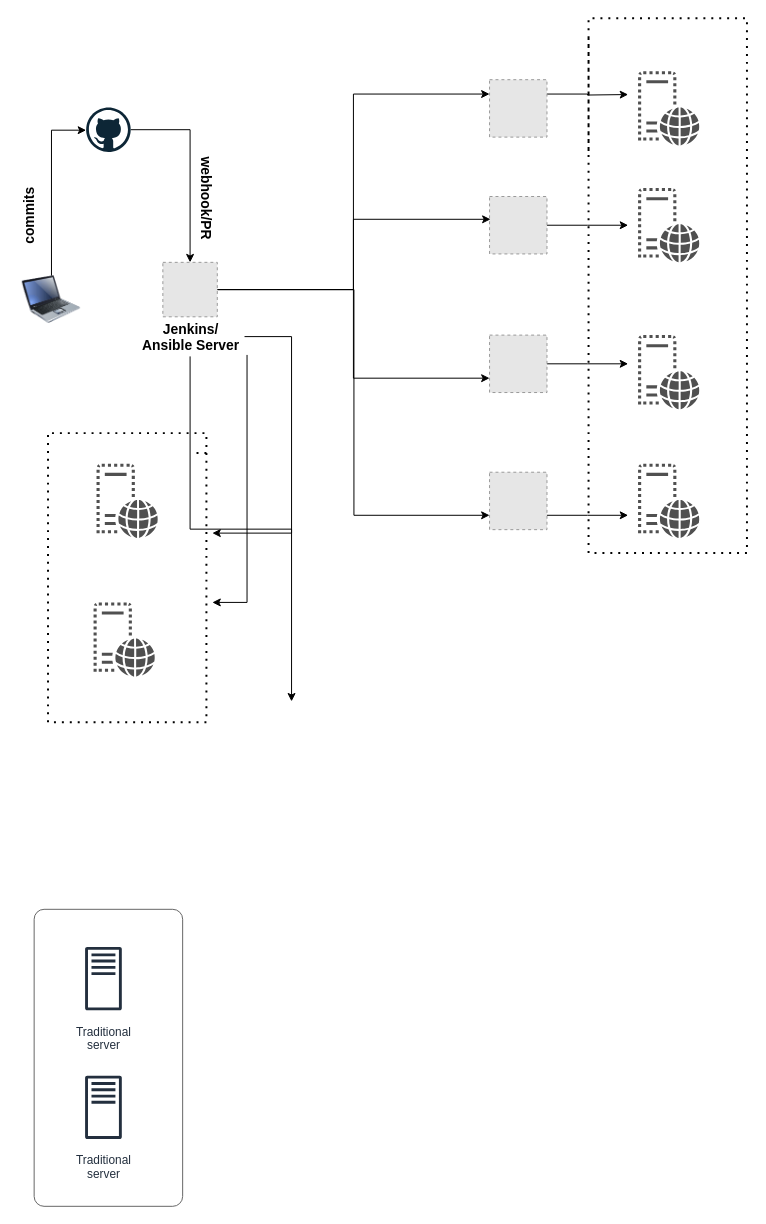
Eebru-gzy/Draw.io-repo keeps this draw.io diagram as Untitled Diagram.drawio. Above is the earlier version. Source tidied: cells renumbered, new cells numbered last; positions are measured from the earlier drawing's top-left corner, leaving out a move shared by most shapes. Both pictures are drawn from the tidied source at 99%, with x=0, y=0 at pixel (-6, 18). Pictures stored in the file or linked from it are replaced by grey dashed boxes.
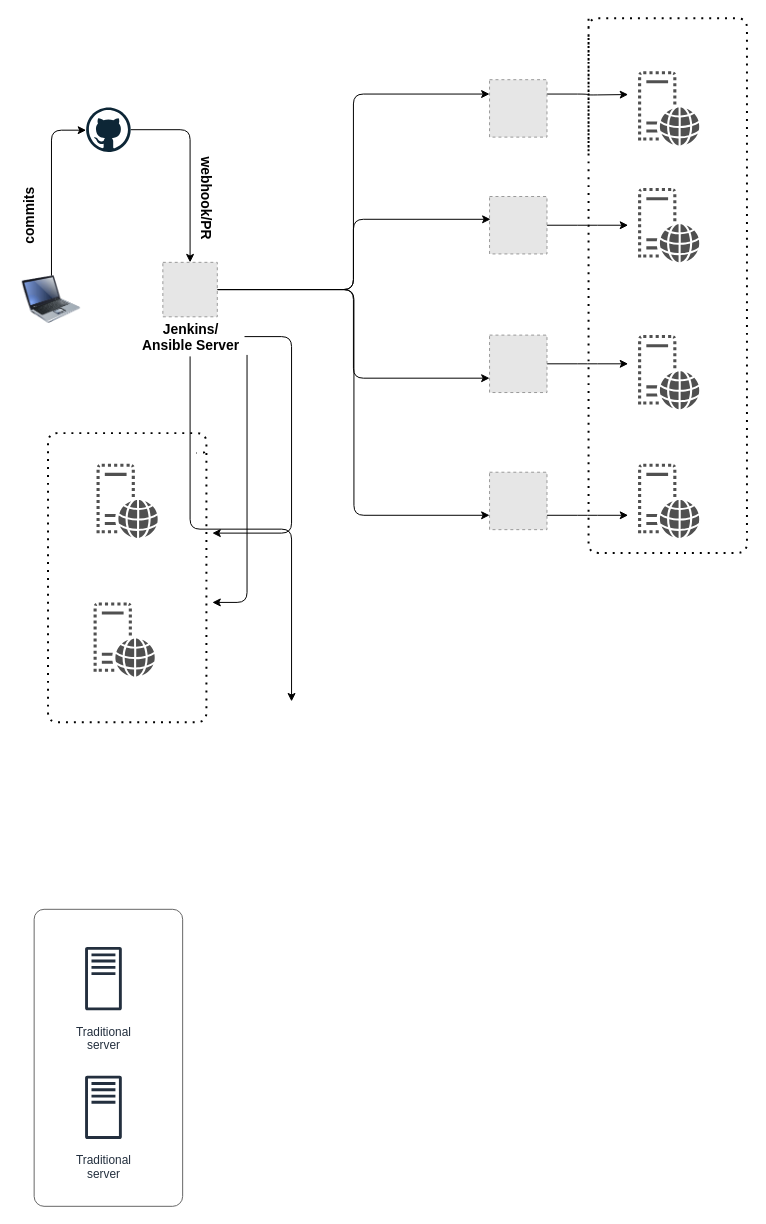
After the change.

The change refers to these unchanged cells:
```xml
<mxCell id="8" style="fillColor=#E6E6E6;strokeColor=#999999;dashed=1;html=1;verticalAlign=top;verticalLabelPosition=bottom;labelBackgroundColor=#ffffff;" parent="1" vertex="1">
  <mxGeometry x="500" y="62" width="58" height="58" as="geometry" />
</mxCell>
<mxCell id="10" style="fillColor=#E6E6E6;strokeColor=#999999;dashed=1;html=1;verticalAlign=top;verticalLabelPosition=bottom;labelBackgroundColor=#ffffff;" parent="1" vertex="1">
  <mxGeometry x="500" y="320" width="58" height="58" as="geometry" />
</mxCell>
<mxCell id="12" style="fillColor=#E6E6E6;strokeColor=#999999;dashed=1;html=1;verticalAlign=top;verticalLabelPosition=bottom;labelBackgroundColor=#ffffff;" parent="1" vertex="1">
  <mxGeometry x="500" y="180" width="58" height="58" as="geometry" />
</mxCell>
<mxCell id="14" style="fillColor=#E6E6E6;strokeColor=#999999;dashed=1;html=1;verticalAlign=top;verticalLabelPosition=bottom;labelBackgroundColor=#ffffff;" parent="1" vertex="1">
  <mxGeometry x="500" y="458.5" width="58" height="58" as="geometry" />
</mxCell>
<mxCell id="22" style="fillColor=#E6E6E6;strokeColor=#999999;dashed=1;html=1;verticalAlign=top;verticalLabelPosition=bottom;labelBackgroundColor=#ffffff;" parent="1" vertex="1">
  <mxGeometry x="170" y="246.5" width="55" height="55" as="geometry" />
</mxCell>
<mxCell id="24" style="image;html=1;image=img/lib/clip_art/computers/Laptop_128x128.png;" parent="1" vertex="1">
  <mxGeometry x="22.5" y="260" width="70" height="48" as="geometry" />
</mxCell>
<mxCell id="26" style="dashed=0;outlineConnect=0;html=1;align=center;labelPosition=center;verticalLabelPosition=bottom;verticalAlign=top;shape=mxgraph.weblogos.github;" parent="1" vertex="1">
  <mxGeometry x="92.5" y="90" width="45" height="45" as="geometry" />
</mxCell>
<mxCell id="32" value="&lt;b&gt;&lt;font style=&quot;font-size: 14px&quot;&gt;Jenkins/&lt;br&gt;Ansible Server&lt;br&gt;&lt;/font&gt;&lt;/b&gt;" style="text;html=1;align=center;verticalAlign=middle;points=[];strokeColor=none;rotation=0;" parent="1" vertex="1">
  <mxGeometry x="142.5" y="301.5" width="110" height="40" as="geometry" />
</mxCell>
```

Change to the diagram source:
```diff
@@
-    <mxCell id="3" style="endArrow=none;dashed=1;html=1;dashPattern=1 3;strokeWidth=2;rounded=0;edgeStyle=orthogonalEdgeStyle;" parent="1" edge="1">
+    <mxCell id="3" style="endArrow=none;dashed=1;html=1;dashPattern=1 3;strokeWidth=2;edgeStyle=orthogonalEdgeStyle;" parent="1" edge="1">
       <mxGeometry relative="1" as="geometry">
         <mxPoint x="600" y="20" as="sourcePoint" />
         <mxPoint x="600" as="targetPoint" />
         <Array as="points">
           <mxPoint x="600" y="140" />
           <mxPoint x="600" y="140" />
           <mxPoint x="600" />
           <mxPoint x="760" />
           <mxPoint x="760" y="540" />
           <mxPoint x="600" y="540" />
         </Array>
       </mxGeometry>
     </mxCell>
-    <mxCell id="4" style="shape=mxgraph.mockup.containers.marginRect;rectMarginTop=10;strokeColor=#666666;strokeWidth=1;dashed=0;rounded=1;arcSize=5;" parent="1" vertex="1">
+    <mxCell id="4" style="shape=mxgraph.mockup.containers.marginRect;rectMarginTop=10;strokeColor=#666666;strokeWidth=1;dashed=0;arcSize=5;" parent="1" vertex="1">
       <mxGeometry x="40" y="890" width="150" height="310" as="geometry" />
     </mxCell>
@@
-    <mxCell id="7" style="edgeStyle=orthogonalEdgeStyle;rounded=0;jettySize=auto;html=1;exitX=1;exitY=0.25;exitDx=0;exitDy=0;" parent="1" edge="1" source="8">
+    <mxCell id="7" style="edgeStyle=orthogonalEdgeStyle;jettySize=auto;html=1;exitX=1;exitY=0.25;exitDx=0;exitDy=0;" parent="1" edge="1" source="8">
       <mxGeometry relative="1" as="geometry">
         <mxPoint x="640" y="77" as="targetPoint" />
       </mxGeometry>
     </mxCell>
@@
-    <mxCell id="9" style="edgeStyle=orthogonalEdgeStyle;rounded=0;jettySize=auto;html=1;" parent="1" edge="1" source="10">
+    <mxCell id="9" style="edgeStyle=orthogonalEdgeStyle;jettySize=auto;html=1;" parent="1" edge="1" source="10">
       <mxGeometry relative="1" as="geometry">
         <mxPoint x="640" y="349" as="targetPoint" />
       </mxGeometry>
     </mxCell>
@@
-    <mxCell id="11" style="edgeStyle=orthogonalEdgeStyle;rounded=0;jettySize=auto;html=1;exitX=1;exitY=0.5;exitDx=0;exitDy=0;" parent="1" edge="1" source="12">
+    <mxCell id="11" style="edgeStyle=orthogonalEdgeStyle;jettySize=auto;html=1;exitX=1;exitY=0.5;exitDx=0;exitDy=0;" parent="1" edge="1" source="12">
       <mxGeometry relative="1" as="geometry">
         <mxPoint x="640" y="209" as="targetPoint" />
       </mxGeometry>
     </mxCell>
@@
-    <mxCell id="13" style="edgeStyle=orthogonalEdgeStyle;rounded=0;jettySize=auto;html=1;exitX=1;exitY=0.75;exitDx=0;exitDy=0;" parent="1" edge="1" source="14">
+    <mxCell id="13" style="edgeStyle=orthogonalEdgeStyle;jettySize=auto;html=1;exitX=1;exitY=0.75;exitDx=0;exitDy=0;" parent="1" edge="1" source="14">
       <mxGeometry relative="1" as="geometry">
         <mxPoint x="640" y="502" as="targetPoint" />
       </mxGeometry>
     </mxCell>
@@
-    <mxCell id="18" style="edgeStyle=orthogonalEdgeStyle;rounded=0;jettySize=auto;html=1;entryX=0;entryY=0.75;entryDx=0;entryDy=0;" parent="1" edge="1" source="22" target="10">
+    <mxCell id="18" style="edgeStyle=orthogonalEdgeStyle;jettySize=auto;html=1;entryX=0;entryY=0.75;entryDx=0;entryDy=0;" parent="1" edge="1" source="22" target="10">
       <mxGeometry relative="1" as="geometry" />
     </mxCell>
-    <mxCell id="19" style="edgeStyle=orthogonalEdgeStyle;rounded=0;jettySize=auto;html=1;entryX=0;entryY=0.25;entryDx=0;entryDy=0;" parent="1" edge="1" source="22" target="8">
+    <mxCell id="19" style="edgeStyle=orthogonalEdgeStyle;jettySize=auto;html=1;entryX=0;entryY=0.25;entryDx=0;entryDy=0;" parent="1" edge="1" source="22" target="8">
       <mxGeometry relative="1" as="geometry" />
     </mxCell>
-    <mxCell id="20" style="edgeStyle=orthogonalEdgeStyle;rounded=0;jettySize=auto;html=1;exitX=1;exitY=0.5;exitDx=0;exitDy=0;entryX=0;entryY=0.75;entryDx=0;entryDy=0;" parent="1" edge="1" source="22" target="14">
+    <mxCell id="20" style="edgeStyle=orthogonalEdgeStyle;jettySize=auto;html=1;exitX=1;exitY=0.5;exitDx=0;exitDy=0;entryX=0;entryY=0.75;entryDx=0;entryDy=0;" parent="1" edge="1" source="22" target="14">
       <mxGeometry relative="1" as="geometry">
         <Array as="points">
           <mxPoint x="363" y="274" />
           <mxPoint x="363" y="502" />
         </Array>
       </mxGeometry>
     </mxCell>
-    <mxCell id="21" style="edgeStyle=orthogonalEdgeStyle;rounded=0;jettySize=auto;html=1;entryX=0.017;entryY=0.397;entryDx=0;entryDy=0;entryPerimeter=0;" parent="1" edge="1" source="22" target="12">
+    <mxCell id="21" style="edgeStyle=orthogonalEdgeStyle;jettySize=auto;html=1;entryX=0.017;entryY=0.397;entryDx=0;entryDy=0;entryPerimeter=0;" parent="1" edge="1" source="22" target="12">
       <mxGeometry relative="1" as="geometry" />
     </mxCell>
@@
-    <mxCell id="23" style="edgeStyle=orthogonalEdgeStyle;rounded=0;jettySize=auto;html=1;" parent="1" edge="1" source="24" target="26">
+    <mxCell id="23" style="edgeStyle=orthogonalEdgeStyle;jettySize=auto;html=1;" parent="1" edge="1" source="24" target="26">
       <mxGeometry relative="1" as="geometry">
         <Array as="points">
           <mxPoint x="58" y="113" />
         </Array>
       </mxGeometry>
     </mxCell>
@@
-    <mxCell id="25" style="edgeStyle=orthogonalEdgeStyle;rounded=0;jettySize=auto;html=1;entryX=0.5;entryY=0;entryDx=0;entryDy=0;" parent="1" edge="1" source="26" target="22">
+    <mxCell id="25" style="edgeStyle=orthogonalEdgeStyle;jettySize=auto;html=1;entryX=0.5;entryY=0;entryDx=0;entryDy=0;" parent="1" edge="1" source="26" target="22">
       <mxGeometry relative="1" as="geometry" />
     </mxCell>
@@
-    <mxCell id="29" style="edgeStyle=orthogonalEdgeStyle;rounded=0;jettySize=auto;html=1;" parent="1" edge="1" source="32">
+    <mxCell id="29" style="edgeStyle=orthogonalEdgeStyle;jettySize=auto;html=1;" parent="1" edge="1" source="32">
       <mxGeometry relative="1" as="geometry">
         <mxPoint x="220" y="520" as="targetPoint" />
         <Array as="points">
           <mxPoint x="300" y="322" />
           <mxPoint x="300" y="520" />
         </Array>
       </mxGeometry>
     </mxCell>
-    <mxCell id="30" style="edgeStyle=elbowEdgeStyle;rounded=0;jettySize=auto;html=1;elbow=vertical;exitX=1.023;exitY=0.963;exitDx=0;exitDy=0;exitPerimeter=0;" parent="1" edge="1" source="32">
+    <mxCell id="30" style="edgeStyle=elbowEdgeStyle;jettySize=auto;html=1;elbow=vertical;exitX=1.023;exitY=0.963;exitDx=0;exitDy=0;exitPerimeter=0;" parent="1" edge="1" source="32">
       <mxGeometry relative="1" as="geometry">
         <mxPoint x="220" y="590" as="targetPoint" />
         <Array as="points">
           <mxPoint x="255" y="590" />
           <mxPoint x="270" y="570" />
         </Array>
       </mxGeometry>
     </mxCell>
-    <mxCell id="31" style="edgeStyle=elbowEdgeStyle;rounded=0;jettySize=auto;elbow=vertical;html=1;" parent="1" edge="1" source="32">
+    <mxCell id="31" style="edgeStyle=elbowEdgeStyle;jettySize=auto;elbow=vertical;html=1;" parent="1" edge="1" source="32">
       <mxGeometry relative="1" as="geometry">
         <mxPoint x="300" y="690" as="targetPoint" />
       </mxGeometry>
     </mxCell>
@@
-    <mxCell id="33" style="endArrow=none;dashed=1;html=1;dashPattern=1 3;strokeWidth=2;rounded=0;edgeStyle=orthogonalEdgeStyle;" parent="1" edge="1">
+    <mxCell id="33" style="endArrow=none;dashed=1;html=1;dashPattern=1 3;strokeWidth=2;edgeStyle=orthogonalEdgeStyle;" parent="1" edge="1">
       <mxGeometry relative="1" as="geometry">
         <mxPoint x="214" y="439" as="sourcePoint" />
         <mxPoint x="204" y="439" as="targetPoint" />
         <Array as="points">
           <mxPoint x="214" y="711" />
           <mxPoint x="54" y="711" />
           <mxPoint x="54" y="419" />
           <mxPoint x="214" y="419" />
           <mxPoint x="214" y="439" />
         </Array>
       </mxGeometry>
     </mxCell>
```
